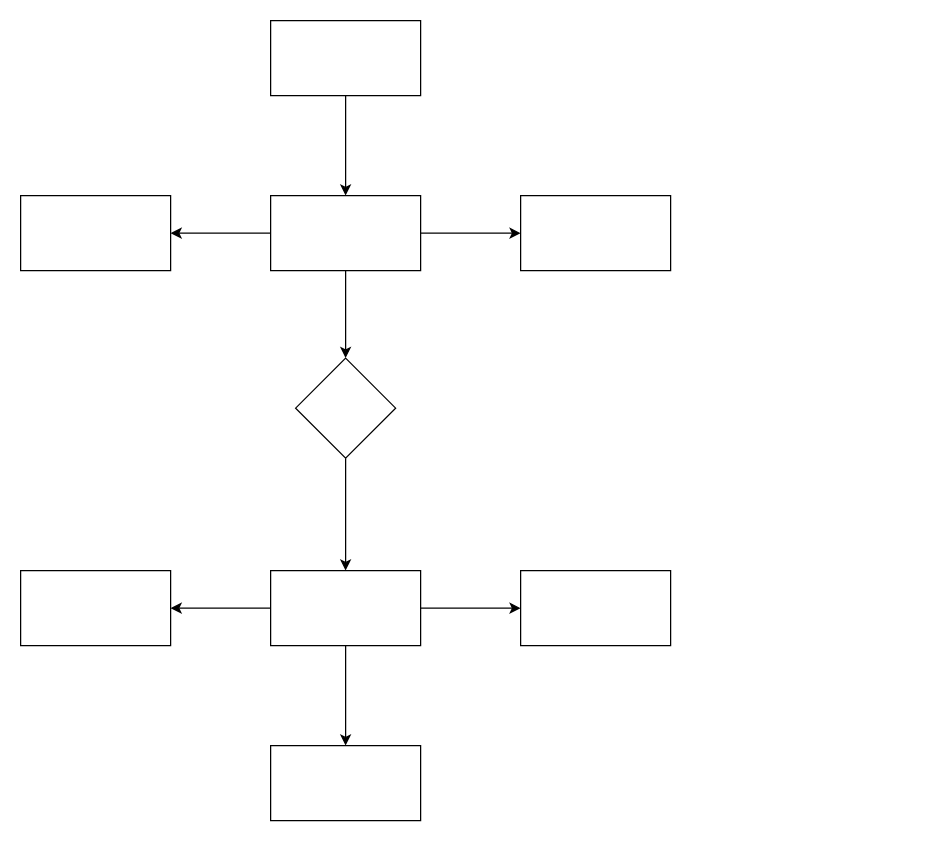
yjwidr/diagarm keeps this draw.io diagram as 云协作上传.drawio. Above is the earlier version. Source tidied: cells renumbered, new cells numbered last; positions are measured from the earlier drawing's top-left corner, leaving out a move shared by most shapes. Both pictures are drawn from the tidied source at 125%, with x=0, y=0 at pixel (20, 20).
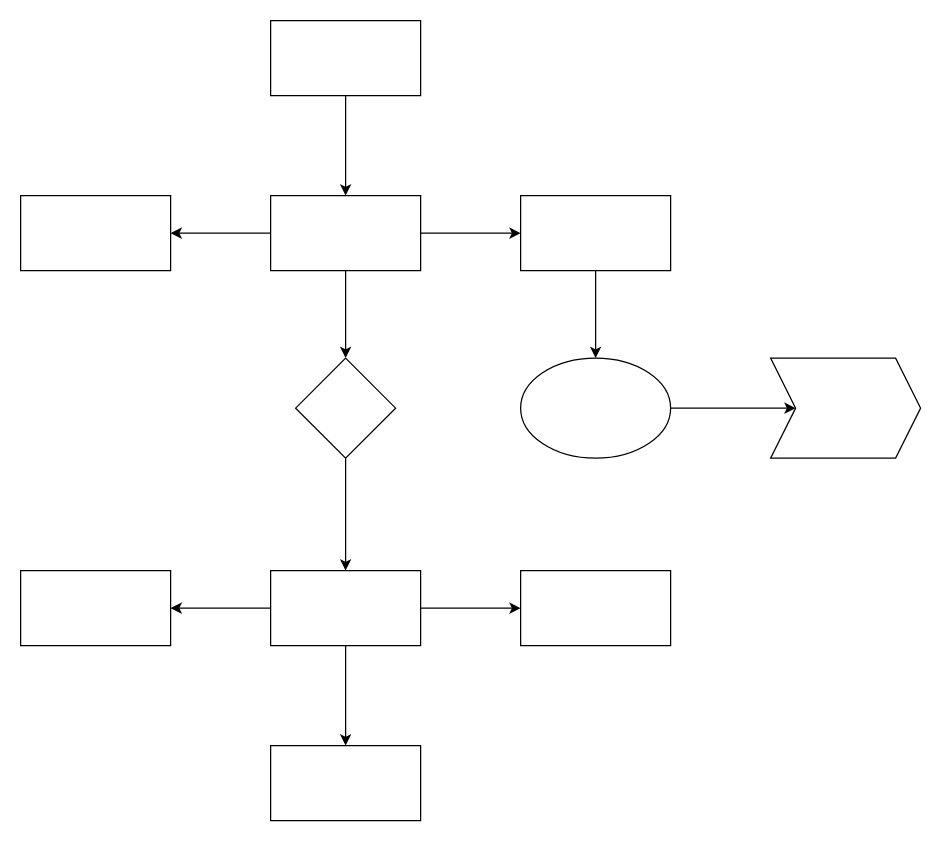
Above is the later version.

Commit message:
更新云协作上传.drawio

The change refers to these unchanged cells:
```xml
<mxCell id="8" style="rounded=0;whiteSpace=wrap;html=1;" parent="1" vertex="1">
  <mxGeometry x="400" y="140" width="120" height="60" as="geometry" />
</mxCell>
```

Diff of the diagram source:
```diff
@@
+    <mxCell id="19" style="edgeStyle=orthogonalEdgeStyle;rounded=0;jettySize=auto;html=1;" parent="1" edge="1" source="8" target="21">
+      <mxGeometry relative="1" as="geometry" />
+    </mxCell>
@@
+    <mxCell id="20" style="edgeStyle=orthogonalEdgeStyle;rounded=0;jettySize=auto;html=1;" parent="1" edge="1" source="21" target="22">
+      <mxGeometry relative="1" as="geometry" />
+    </mxCell>
+    <mxCell id="21" style="ellipse;whiteSpace=wrap;html=1;rounded=0;" parent="1" vertex="1">
+      <mxGeometry x="400" y="270" width="120" height="80" as="geometry" />
+    </mxCell>
+    <mxCell id="22" style="shape=step;perimeter=stepPerimeter;whiteSpace=wrap;html=1;fixedSize=1;rounded=0;" parent="1" vertex="1">
+      <mxGeometry x="600" y="270" width="120" height="80" as="geometry" />
+    </mxCell>
```
